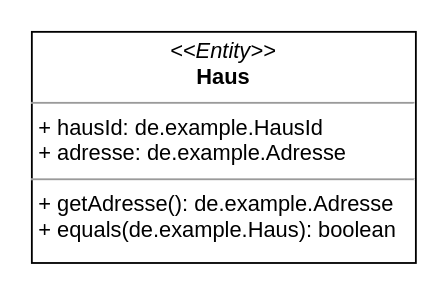
Before: page "Entity" (1 of 8) of gfx/characteristics/raw/Characteristics.drawio in DanielKraft/bachelor-thesis, a draw.io diagram. Source tidied: cells renumbered, new cells numbered last; positions are measured from the earlier drawing's top-left corner, leaving out a move shared by most shapes. Both pictures are drawn from the tidied source at 182%, with x=0, y=0 at pixel (31, 31).
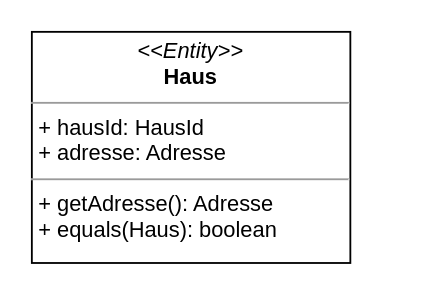
The same diagram, later.

Change to the diagram source:
```diff
@@
 <mxGraphModel>
   <root>
     <mxCell id="0" />
     <mxCell id="1" parent="0" />
-    <mxCell id="2" value="&lt;p style=&quot;margin: 0px ; margin-top: 4px ; text-align: center&quot;&gt;&lt;i&gt;&amp;lt;&amp;lt;Entity&amp;gt;&amp;gt;&lt;/i&gt;&lt;br&gt;&lt;b&gt;Haus&lt;/b&gt;&lt;/p&gt;&lt;hr size=&quot;1&quot;&gt;&lt;p style=&quot;margin: 0px ; margin-left: 4px&quot;&gt;+ hausId: de.example.HausId&lt;br&gt;&lt;/p&gt;&lt;p style=&quot;margin: 0px ; margin-left: 4px&quot;&gt;+ adresse: de.example.Adresse&lt;/p&gt;&lt;hr size=&quot;1&quot;&gt;&lt;p style=&quot;margin: 0px ; margin-left: 4px&quot;&gt;+ getAdresse(): de.example.Adresse&lt;br&gt;+ equals(de.example.Haus): boolean&lt;br&gt;&lt;/p&gt;" style="verticalAlign=top;align=left;overflow=fill;fontSize=12;fontFamily=Helvetica;html=1;" parent="1" vertex="1">
-      <mxGeometry width="211" height="127" as="geometry" />
+    <mxCell id="2" value="&lt;p style=&quot;margin: 0px ; margin-top: 4px ; text-align: center&quot;&gt;&lt;i&gt;&amp;lt;&amp;lt;Entity&amp;gt;&amp;gt;&lt;/i&gt;&lt;br&gt;&lt;b&gt;Haus&lt;/b&gt;&lt;/p&gt;&lt;hr size=&quot;1&quot;&gt;&lt;p style=&quot;margin: 0px ; margin-left: 4px&quot;&gt;+ hausId: HausId&lt;br&gt;&lt;/p&gt;&lt;p style=&quot;margin: 0px ; margin-left: 4px&quot;&gt;+ adresse: Adresse&lt;/p&gt;&lt;hr size=&quot;1&quot;&gt;&lt;p style=&quot;margin: 0px ; margin-left: 4px&quot;&gt;+ getAdresse(): Adresse&lt;br&gt;+ equals(Haus): boolean&lt;br&gt;&lt;/p&gt;" style="verticalAlign=top;align=left;overflow=fill;fontSize=12;fontFamily=Helvetica;html=1;" parent="1" vertex="1">
+      <mxGeometry width="175" height="127" as="geometry" />
     </mxCell>
   </root>
 </mxGraphModel>
```
